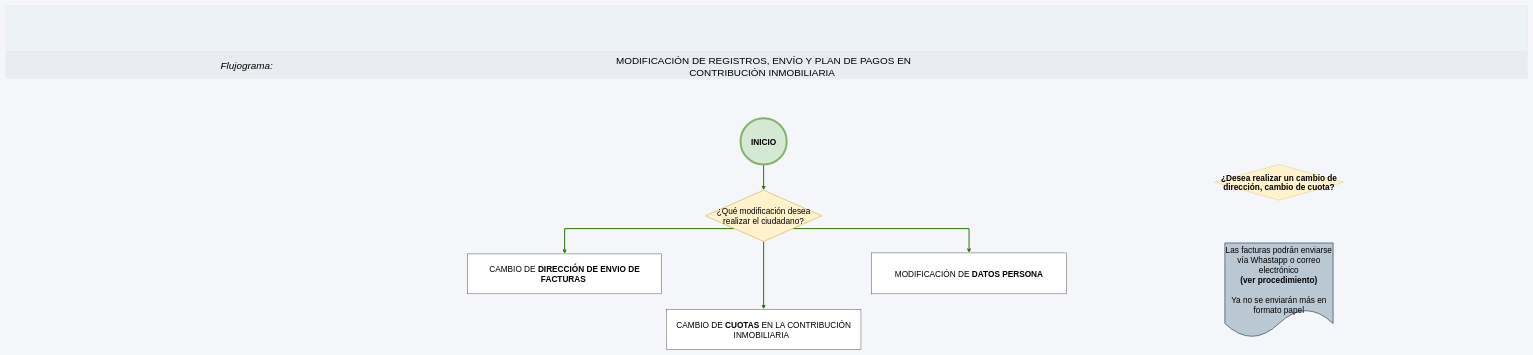
adlc20/Manual_de_procedimientos_ccz9 keeps this draw.io diagram as page "Cambio de dirección" (3 of 6) of GIC_contribucion/GIC_contribucion.drawio. Above is the earlier version. Source tidied: cells renumbered, new cells numbered last; positions are measured from the earlier drawing's top-left corner, leaving out a move shared by most shapes. Both pictures are drawn from the tidied source at 33%, with x=0, y=0 at pixel (6, 6).
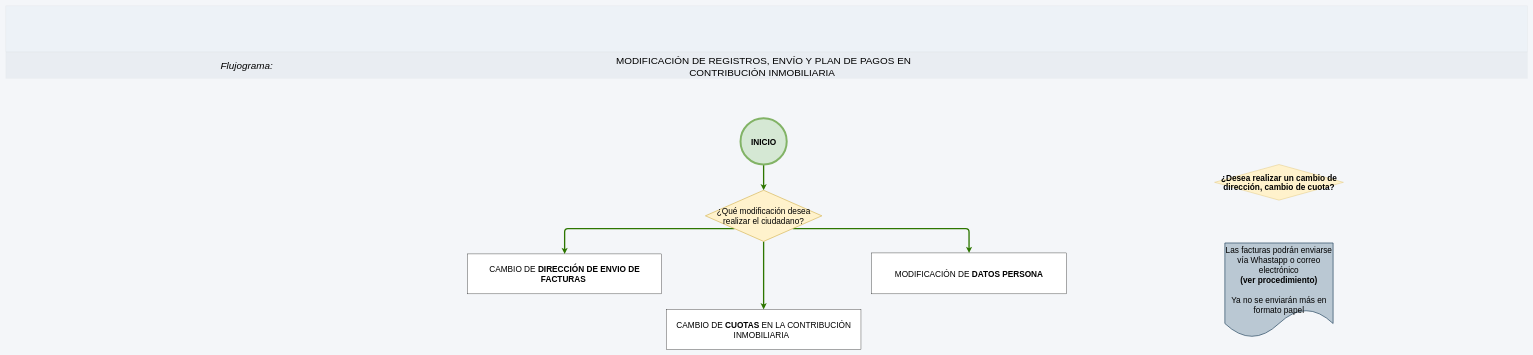
After the change.

Change to the diagram source:
```diff
@@
 <mxGraphModel background="light-dark(#F4F6F9,#121212)">
   <root>
     <mxCell id="0" />
     <mxCell id="1" parent="0" />
     <mxCell id="2" style="verticalLabelPosition=bottom;verticalAlign=middle;html=1;shape=mxgraph.basic.patternFillRect;step=5;fillStrokeWidth=0.2;fillStrokeColor=#dddddd;fillColor=#EDF2F7;strokeWidth=0;dashed=1;dashPattern=1 4;rounded=1;align=center;fontFamily=Helvetica;fontSize=12;fontColor=#2D3748;" parent="1" vertex="1">
       <mxGeometry width="4611" height="140" as="geometry" />
     </mxCell>
     <mxCell id="3" style="verticalLabelPosition=bottom;verticalAlign=top;html=1;shape=mxgraph.basic.patternFillRect;fillStyle=auto;step=5;fillStrokeWidth=0.2;fillStrokeColor=#dddddd;fillColor=#E0E5EB;strokeWidth=0;opacity=50;fontColor=#ffffff;shadow=0;comic=0;align=center;fontFamily=Helvetica;fontSize=12;gradientColor=none;" parent="1" vertex="1">
       <mxGeometry y="140" width="4611" height="80" as="geometry" />
     </mxCell>
     <mxCell id="4" value="&lt;font style=&quot;font-size: 30px;&quot;&gt;&lt;i&gt;Flujograma:&amp;nbsp;&lt;/i&gt;&lt;/font&gt;" style="text;html=1;whiteSpace=wrap;strokeColor=none;fillColor=none;align=center;verticalAlign=middle;rounded=0;" parent="1" vertex="1">
       <mxGeometry x="582" y="158" width="305" height="44" as="geometry" />
     </mxCell>
     <mxCell id="5" value="&lt;font style=&quot;font-size: 25px;&quot;&gt;CAMBIO DE &lt;b&gt;DIRECCIÓN DE ENVIO DE FACTURAS&lt;/b&gt;&amp;nbsp;&lt;/font&gt;" style="rounded=0;whiteSpace=wrap;html=1;" parent="1" vertex="1">
       <mxGeometry x="1400" y="752" width="587" height="121" as="geometry" />
     </mxCell>
     <mxCell id="6" value="&lt;span style=&quot;font-size: 25px;&quot;&gt;CAMBIO DE&lt;b&gt; CUOTAS&lt;/b&gt; EN LA CONTRIBUCIÓN INMOBILIARIA&amp;nbsp;&amp;nbsp;&lt;/span&gt;" style="rounded=0;whiteSpace=wrap;html=1;" parent="1" vertex="1">
       <mxGeometry x="2001.5" y="920" width="590" height="121" as="geometry" />
     </mxCell>
     <mxCell id="7" value="&lt;span style=&quot;font-size: 25px;&quot;&gt;MODIFICACIÓN DE &lt;b&gt;DATOS PERSONA&lt;/b&gt;&lt;/span&gt;" style="rounded=0;whiteSpace=wrap;html=1;" parent="1" vertex="1">
       <mxGeometry x="2624" y="749" width="590" height="124" as="geometry" />
     </mxCell>
     <mxCell id="8" value="&lt;span style=&quot;font-size: 25px;&quot;&gt;Las facturas podrán enviarse vía Whastapp o correo electrónico&lt;/span&gt;&lt;br&gt;&lt;div&gt;&lt;font style=&quot;font-size: 25px;&quot;&gt;&lt;b&gt;(ver procedimiento)&lt;/b&gt;&lt;/font&gt;&lt;/div&gt;&lt;div&gt;&lt;font style=&quot;font-size: 25px;&quot;&gt;&lt;br&gt;&lt;/font&gt;&lt;/div&gt;&lt;div&gt;&lt;font style=&quot;font-size: 25px;&quot;&gt;Ya no se enviarán más en formato papel&lt;/font&gt;&lt;/div&gt;" style="shape=document;whiteSpace=wrap;html=1;boundedLbl=1;verticalAlign=top;fillColor=#bac8d3;strokeColor=#23445d;strokeWidth=2;" parent="1" vertex="1">
       <mxGeometry x="3694.2" y="718.8" width="328" height="287.1" as="geometry" />
     </mxCell>
     <mxCell id="9" value="&lt;font&gt;&lt;b&gt;¿Desea realizar un cambio de dirección, cambio de cuota?&lt;/b&gt;&lt;/font&gt;" style="rhombus;whiteSpace=wrap;html=1;fillColor=#fff2cc;strokeColor=#d6b656;fontSize=25;" parent="1" vertex="1">
       <mxGeometry x="3663" y="481" width="390.5" height="108" as="geometry" />
     </mxCell>
     <mxCell id="10" value="&lt;font style=&quot;font-size: 30px;&quot;&gt;MODIFICACIÓN DE REGISTROS, ENVÍO Y PLAN DE PAGOS EN CONTRIBUCIÓN INMOBILIARIA&amp;nbsp;&lt;/font&gt;" style="text;html=1;whiteSpace=wrap;strokeColor=none;fillColor=none;align=center;verticalAlign=middle;rounded=0;" parent="1" vertex="1">
       <mxGeometry x="1792.9" y="146" width="1007.1" height="74" as="geometry" />
     </mxCell>
-    <mxCell id="11" style="edgeStyle=orthogonalEdgeStyle;rounded=0;jettySize=auto;html=1;exitX=0.5;exitY=1;exitDx=0;exitDy=0;fillColor=#60a917;strokeColor=#2D7600;strokeWidth=3;" parent="1" edge="1" source="12" target="16">
+    <mxCell id="11" style="edgeStyle=orthogonalEdgeStyle;rounded=0;jettySize=auto;html=1;exitX=0.5;exitY=1;exitDx=0;exitDy=0;fillColor=#60a917;strokeColor=#2D7600;strokeWidth=4;" parent="1" edge="1" source="12" target="16">
       <mxGeometry relative="1" as="geometry" />
     </mxCell>
     <mxCell id="12" value="&lt;font&gt;&lt;b&gt;INICIO&lt;/b&gt;&lt;/font&gt;" style="ellipse;whiteSpace=wrap;html=1;fillColor=#D5E8D4;strokeColor=#82b366;strokeWidth=6;gradientColor=none;fontSize=25;" parent="1" vertex="1">
       <mxGeometry x="2226.5" y="341" width="140" height="140" as="geometry" />
     </mxCell>
-    <mxCell id="13" style="edgeStyle=orthogonalEdgeStyle;rounded=0;jettySize=auto;html=1;exitX=0;exitY=1;exitDx=0;exitDy=0;entryX=0.5;entryY=0;entryDx=0;entryDy=0;fillColor=#60a917;strokeColor=#2D7600;strokeWidth=3;" parent="1" edge="1" source="16" target="5">
+    <mxCell id="13" style="edgeStyle=orthogonalEdgeStyle;rounded=1;jettySize=auto;html=1;exitX=0;exitY=1;exitDx=0;exitDy=0;entryX=0.5;entryY=0;entryDx=0;entryDy=0;fillColor=#60a917;strokeColor=#2D7600;strokeWidth=4;curved=0;" parent="1" edge="1" source="16" target="5">
       <mxGeometry relative="1" as="geometry" />
     </mxCell>
-    <mxCell id="14" style="edgeStyle=orthogonalEdgeStyle;rounded=0;jettySize=auto;html=1;exitX=0.5;exitY=1;exitDx=0;exitDy=0;fillColor=#60a917;strokeColor=#2D7600;strokeWidth=3;" parent="1" edge="1" source="16" target="6">
+    <mxCell id="14" style="edgeStyle=orthogonalEdgeStyle;rounded=0;jettySize=auto;html=1;exitX=0.5;exitY=1;exitDx=0;exitDy=0;fillColor=#60a917;strokeColor=#2D7600;strokeWidth=4;" parent="1" edge="1" source="16" target="6">
       <mxGeometry relative="1" as="geometry" />
     </mxCell>
-    <mxCell id="15" style="edgeStyle=orthogonalEdgeStyle;rounded=0;jettySize=auto;html=1;exitX=1;exitY=1;exitDx=0;exitDy=0;fillColor=#60a917;strokeColor=#2D7600;strokeWidth=3;" parent="1" edge="1" source="16" target="7">
+    <mxCell id="15" style="edgeStyle=orthogonalEdgeStyle;rounded=1;jettySize=auto;html=1;exitX=1;exitY=1;exitDx=0;exitDy=0;fillColor=#60a917;strokeColor=#2D7600;strokeWidth=4;curved=0;" parent="1" edge="1" source="16" target="7">
       <mxGeometry relative="1" as="geometry" />
     </mxCell>
     <mxCell id="16" value="&lt;font style=&quot;font-size: 25px;&quot;&gt;¿Qué modificación desea realizar el ciudadano?&lt;/font&gt;" style="rhombus;whiteSpace=wrap;html=1;shapeInside=1;fillColor=#fff2cc;strokeColor=#d6b656;strokeWidth=2;" parent="1" vertex="1">
       <mxGeometry x="2120" y="559" width="353" height="155" as="geometry" />
     </mxCell>
   </root>
 </mxGraphModel>
```
